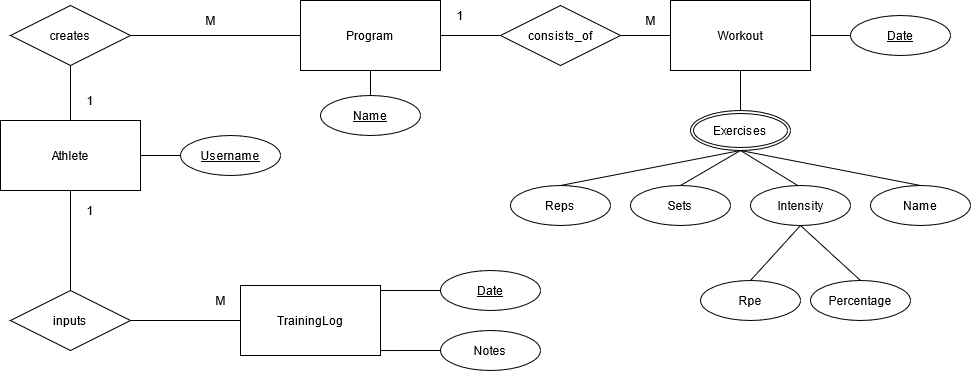
The draw.io diagram images/er_diagram.png in NoorAsim99/fitness-app, before a commit. Source tidied: cells renumbered, new cells last; positions are measured from the earlier drawing's top-left corner, leaving out a move shared by most shapes.
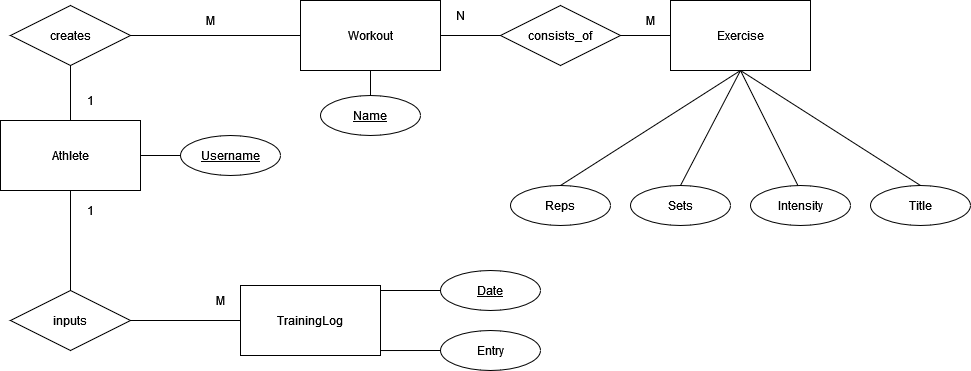
After the change.

What changed in the source:
```diff
@@ -2,10 +2,16 @@
   <root>
     <mxCell id="0" />
     <mxCell id="1" parent="0" />
+    <mxCell id="32" value="Exercises" style="ellipse;shape=doubleEllipse;margin=3;whiteSpace=wrap;html=1;align=center;" parent="1" vertex="1">
+      <mxGeometry x="690" y="30" width="100" height="40" as="geometry" />
+    </mxCell>
+    <mxCell id="33" style="endArrow=none;html=1;entryX=0.5;entryY=1;entryDx=0;entryDy=0;exitX=0.5;exitY=0;exitDx=0;exitDy=0;" parent="1" edge="1" source="32" target="28">
+      <mxGeometry relative="1" as="geometry" />
+    </mxCell>
     <mxCell id="2" value="Athlete" style="whiteSpace=wrap;html=1;align=center;" parent="1" vertex="1">
       <mxGeometry y="120" width="140" height="70" as="geometry" />
     </mxCell>
-    <mxCell id="3" value="Program" style="whiteSpace=wrap;html=1;align=center;" parent="1" vertex="1">
+    <mxCell id="3" value="Workout" style="whiteSpace=wrap;html=1;align=center;" parent="1" vertex="1">
       <mxGeometry x="300" width="140" height="70" as="geometry" />
     </mxCell>
     <mxCell id="4" value="TrainingLog" style="whiteSpace=wrap;html=1;align=center;" parent="1" vertex="1">
@@ -47,9 +53,6 @@
     <mxCell id="16" style="endArrow=none;html=1;entryX=0;entryY=0.5;entryDx=0;entryDy=0;exitX=1;exitY=0.5;exitDx=0;exitDy=0;" parent="1" edge="1" source="2" target="15">
       <mxGeometry relative="1" as="geometry" />
     </mxCell>
-    <mxCell id="17" value="Rpe" style="ellipse;whiteSpace=wrap;html=1;align=center;" parent="1" vertex="1">
-      <mxGeometry x="700" y="280" width="100" height="40" as="geometry" />
-    </mxCell>
     <mxCell id="18" value="Date" style="ellipse;whiteSpace=wrap;html=1;align=center;fontStyle=4;" parent="1" vertex="1">
       <mxGeometry x="440" y="270" width="100" height="40" as="geometry" />
     </mxCell>
@@ -70,7 +73,7 @@
         <mxPoint x="380" y="290" as="sourcePoint" />
       </mxGeometry>
     </mxCell>
-    <mxCell id="24" value="Notes" style="ellipse;whiteSpace=wrap;html=1;align=center;" parent="1" vertex="1">
+    <mxCell id="24" value="Entry" style="ellipse;whiteSpace=wrap;html=1;align=center;" parent="1" vertex="1">
       <mxGeometry x="440" y="330" width="100" height="40" as="geometry" />
     </mxCell>
     <mxCell id="25" style="endArrow=none;html=1;entryX=0;entryY=0.5;entryDx=0;entryDy=0;exitX=1;exitY=0.929;exitDx=0;exitDy=0;exitPerimeter=0;" parent="1" edge="1" source="4" target="24">
@@ -79,10 +82,7 @@
     <mxCell id="26" value="Intensity" style="ellipse;whiteSpace=wrap;html=1;align=center;" parent="1" vertex="1">
       <mxGeometry x="750" y="185" width="100" height="40" as="geometry" />
     </mxCell>
-    <mxCell id="27" value="Percentage" style="ellipse;whiteSpace=wrap;html=1;align=center;" parent="1" vertex="1">
-      <mxGeometry x="810" y="280" width="100" height="40" as="geometry" />
-    </mxCell>
-    <mxCell id="28" value="Workout" style="whiteSpace=wrap;html=1;align=center;" parent="1" vertex="1">
+    <mxCell id="28" value="Exercise" style="whiteSpace=wrap;html=1;align=center;" parent="1" vertex="1">
       <mxGeometry x="670" width="140" height="70" as="geometry" />
     </mxCell>
     <mxCell id="29" value="consists_of" style="shape=rhombus;perimeter=rhombusPerimeter;whiteSpace=wrap;html=1;align=center;" parent="1" vertex="1">
@@ -94,42 +94,22 @@
     <mxCell id="31" style="endArrow=none;html=1;entryX=1;entryY=0.5;entryDx=0;entryDy=0;exitX=0;exitY=0.5;exitDx=0;exitDy=0;" parent="1" edge="1" source="28" target="29">
       <mxGeometry relative="1" as="geometry" />
     </mxCell>
-    <mxCell id="32" value="Exercises" style="ellipse;shape=doubleEllipse;margin=3;whiteSpace=wrap;html=1;align=center;" parent="1" vertex="1">
-      <mxGeometry x="690" y="110" width="100" height="40" as="geometry" />
-    </mxCell>
-    <mxCell id="33" style="endArrow=none;html=1;entryX=0.5;entryY=1;entryDx=0;entryDy=0;exitX=0.5;exitY=0;exitDx=0;exitDy=0;" parent="1" edge="1" source="32" target="28">
-      <mxGeometry relative="1" as="geometry" />
-    </mxCell>
     <mxCell id="34" style="endArrow=none;html=1;entryX=0.5;entryY=1;entryDx=0;entryDy=0;exitX=0.5;exitY=0;exitDx=0;exitDy=0;" parent="1" edge="1" source="20" target="32">
       <mxGeometry relative="1" as="geometry" />
     </mxCell>
-    <mxCell id="35" style="endArrow=none;html=1;exitX=0.5;exitY=0;exitDx=0;exitDy=0;" parent="1" edge="1" source="19">
-      <mxGeometry relative="1" as="geometry">
-        <mxPoint x="740" y="150" as="targetPoint" />
-      </mxGeometry>
+    <mxCell id="35" style="endArrow=none;html=1;exitX=0.5;exitY=0;exitDx=0;exitDy=0;entryX=0.5;entryY=1;entryDx=0;entryDy=0;" parent="1" edge="1" source="19" target="28">
+      <mxGeometry relative="1" as="geometry" />
     </mxCell>
     <mxCell id="36" style="endArrow=none;html=1;entryX=0.475;entryY=0.004;entryDx=0;entryDy=0;exitX=0.5;exitY=1;exitDx=0;exitDy=0;entryPerimeter=0;" parent="1" edge="1" source="32" target="26">
       <mxGeometry relative="1" as="geometry" />
     </mxCell>
-    <mxCell id="37" style="endArrow=none;html=1;entryX=0.5;entryY=0;entryDx=0;entryDy=0;exitX=0.5;exitY=1;exitDx=0;exitDy=0;" parent="1" edge="1" source="26" target="17">
-      <mxGeometry relative="1" as="geometry" />
-    </mxCell>
-    <mxCell id="38" style="endArrow=none;html=1;entryX=0.5;entryY=0;entryDx=0;entryDy=0;exitX=0.5;exitY=1;exitDx=0;exitDy=0;" parent="1" edge="1" source="26" target="27">
-      <mxGeometry relative="1" as="geometry" />
-    </mxCell>
-    <mxCell id="39" value="1" style="text;html=1;strokeColor=none;fillColor=none;align=center;verticalAlign=middle;whiteSpace=wrap;rounded=0;" parent="1" vertex="1">
+    <mxCell id="39" value="N" style="text;html=1;strokeColor=none;fillColor=none;align=center;verticalAlign=middle;whiteSpace=wrap;rounded=0;" parent="1" vertex="1">
       <mxGeometry x="440" y="5" width="40" height="20" as="geometry" />
     </mxCell>
     <mxCell id="40" value="M" style="text;html=1;strokeColor=none;fillColor=none;align=center;verticalAlign=middle;whiteSpace=wrap;rounded=0;" parent="1" vertex="1">
       <mxGeometry x="630" y="10" width="40" height="20" as="geometry" />
     </mxCell>
-    <mxCell id="41" value="Date" style="ellipse;whiteSpace=wrap;html=1;align=center;fontStyle=4;" parent="1" vertex="1">
-      <mxGeometry x="850" y="15" width="100" height="40" as="geometry" />
-    </mxCell>
-    <mxCell id="42" style="endArrow=none;html=1;entryX=0;entryY=0.5;entryDx=0;entryDy=0;exitX=1;exitY=0.5;exitDx=0;exitDy=0;" parent="1" edge="1" source="28" target="41">
-      <mxGeometry relative="1" as="geometry" />
-    </mxCell>
-    <mxCell id="43" value="Name" style="ellipse;whiteSpace=wrap;html=1;align=center;" parent="1" vertex="1">
+    <mxCell id="43" value="Title" style="ellipse;whiteSpace=wrap;html=1;align=center;" parent="1" vertex="1">
       <mxGeometry x="870" y="185" width="100" height="40" as="geometry" />
     </mxCell>
     <mxCell id="44" style="endArrow=none;html=1;exitX=0.5;exitY=0;exitDx=0;exitDy=0;entryX=0.5;entryY=1;entryDx=0;entryDy=0;" parent="1" edge="1" source="43" target="32">
```
